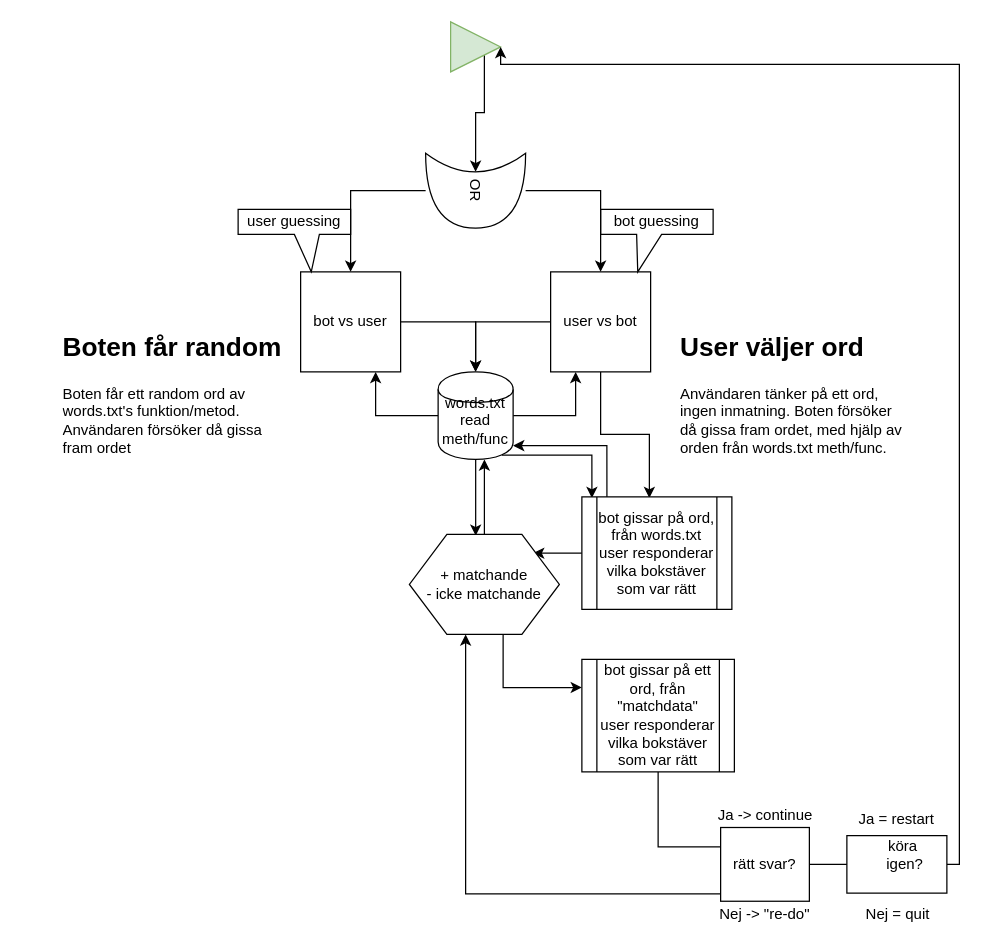
Above: Ordspelet.drawio in oscillate123/python-course-word-game (draw.io), before the change. Source tidied: cells renumbered, new cells numbered last; positions are measured from the earlier drawing's top-left corner, leaving out a move shared by most shapes. Both pictures are drawn from the tidied source at 125%, with x=0, y=0 at pixel (56, 21).
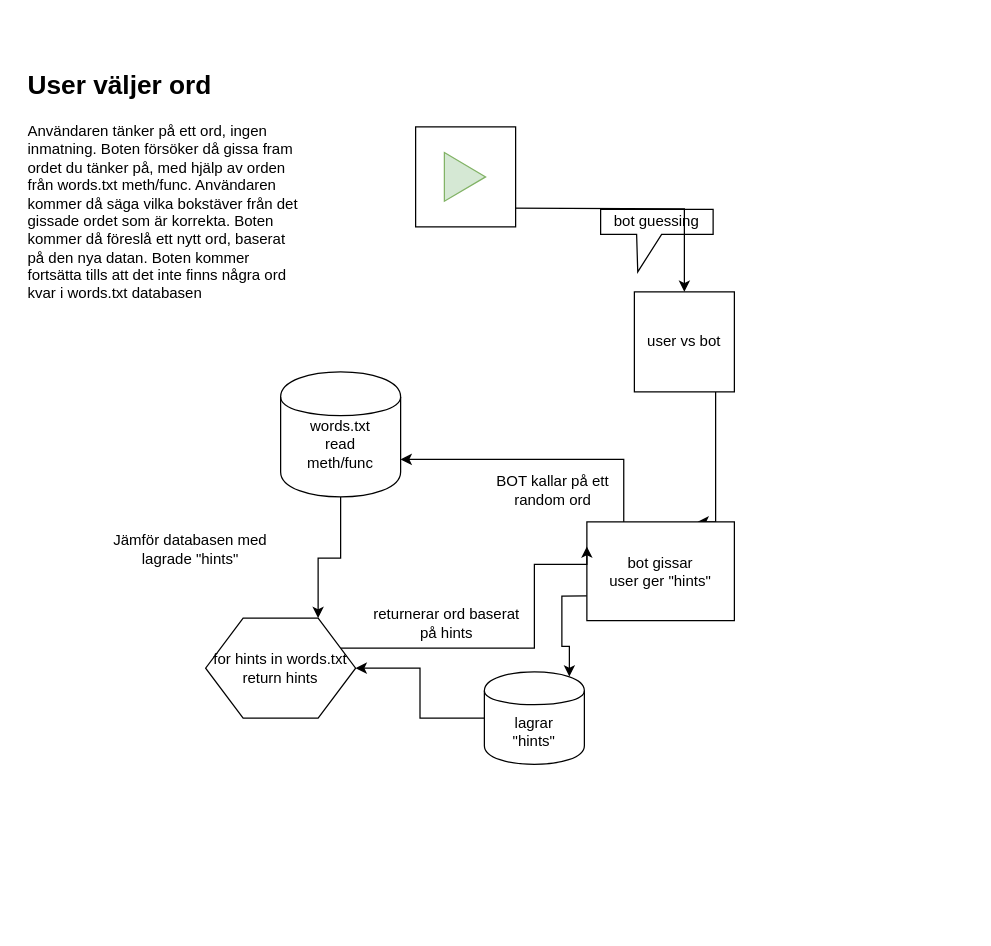
After the change.

What changed in the source:
```diff
@@
-    <mxCell id="2" style="edgeStyle=orthogonalEdgeStyle;rounded=0;jettySize=auto;html=1;exitX=0.167;exitY=0.011;exitDx=0;exitDy=0;entryX=1;entryY=0.843;entryDx=0;entryDy=0;entryPerimeter=0;exitPerimeter=0;" parent="1" edge="1" source="23" target="14">
-      <mxGeometry relative="1" as="geometry" />
-    </mxCell>
-    <mxCell id="3" style="edgeStyle=orthogonalEdgeStyle;rounded=0;jettySize=auto;html=1;entryX=0.25;entryY=0.5;entryDx=0;entryDy=0;entryPerimeter=0;exitX=0.675;exitY=0.5;exitDx=0;exitDy=0;exitPerimeter=0;" parent="1" edge="1" source="4" target="19">
-      <mxGeometry relative="1" as="geometry" />
-    </mxCell>
-    <mxCell id="4" style="triangle;whiteSpace=wrap;html=1;fillColor=#d5e8d4;strokeColor=#82b366;" parent="1" vertex="1">
-      <mxGeometry x="315" width="40" height="40" as="geometry" />
-    </mxCell>
-    <mxCell id="5" style="edgeStyle=orthogonalEdgeStyle;rounded=0;jettySize=auto;html=1;entryX=0.5;entryY=0;entryDx=0;entryDy=0;" parent="1" edge="1" source="6" target="14">
-      <mxGeometry relative="1" as="geometry" />
-    </mxCell>
-    <mxCell id="6" value="bot vs user" style="whiteSpace=wrap;html=1;" parent="1" vertex="1">
-      <mxGeometry x="195" y="200" width="80" height="80" as="geometry" />
-    </mxCell>
-    <mxCell id="7" style="edgeStyle=orthogonalEdgeStyle;rounded=0;jettySize=auto;html=1;entryX=0.5;entryY=0;entryDx=0;entryDy=0;" parent="1" edge="1" source="9" target="14">
-      <mxGeometry relative="1" as="geometry" />
-    </mxCell>
-    <mxCell id="8" style="edgeStyle=orthogonalEdgeStyle;rounded=0;jettySize=auto;html=1;entryX=0.45;entryY=0.011;entryDx=0;entryDy=0;entryPerimeter=0;" parent="1" edge="1" source="9" target="23">
-      <mxGeometry relative="1" as="geometry" />
+    <mxCell id="8" style="edgeStyle=orthogonalEdgeStyle;rounded=0;jettySize=auto;html=1;entryX=0.75;entryY=0;entryDx=0;entryDy=0;" parent="1" edge="1" source="9" target="23">
+      <mxGeometry relative="1" as="geometry">
+        <Array as="points">
+          <mxPoint x="527" y="380" />
+          <mxPoint x="527" y="380" />
+        </Array>
+      </mxGeometry>
     </mxCell>
     <mxCell id="9" value="user vs bot" style="whiteSpace=wrap;html=1;" parent="1" vertex="1">
-      <mxGeometry x="395" y="200" width="80" height="80" as="geometry" />
+      <mxGeometry x="462" y="216" width="80" height="80" as="geometry" />
     </mxCell>
-    <mxCell id="10" style="edgeStyle=orthogonalEdgeStyle;rounded=0;jettySize=auto;html=1;entryX=0.75;entryY=1;entryDx=0;entryDy=0;" parent="1" edge="1" source="14" target="6">
-      <mxGeometry relative="1" as="geometry" />
-    </mxCell>
-    <mxCell id="11" style="edgeStyle=orthogonalEdgeStyle;rounded=0;jettySize=auto;html=1;entryX=0.25;entryY=1;entryDx=0;entryDy=0;" parent="1" edge="1" source="14" target="9">
-      <mxGeometry relative="1" as="geometry" />
-    </mxCell>
-    <mxCell id="12" style="edgeStyle=orthogonalEdgeStyle;rounded=0;jettySize=auto;html=1;exitX=0.85;exitY=0.95;exitDx=0;exitDy=0;exitPerimeter=0;entryX=0.067;entryY=0.011;entryDx=0;entryDy=0;entryPerimeter=0;" parent="1" edge="1" source="14" target="23">
-      <mxGeometry relative="1" as="geometry" />
-    </mxCell>
-    <mxCell id="13" style="edgeStyle=orthogonalEdgeStyle;rounded=0;jettySize=auto;html=1;entryX=0.442;entryY=0.013;entryDx=0;entryDy=0;entryPerimeter=0;" parent="1" edge="1" source="14" target="26">
-      <mxGeometry relative="1" as="geometry" />
+    <mxCell id="13" style="edgeStyle=orthogonalEdgeStyle;rounded=0;jettySize=auto;html=1;exitX=0.5;exitY=1;exitDx=0;exitDy=0;entryX=0.75;entryY=0;entryDx=0;entryDy=0;entryPerimeter=0;" parent="1" edge="1" source="14" target="26">
+      <mxGeometry relative="1" as="geometry">
+        <Array as="points">
+          <mxPoint x="227" y="429" />
+          <mxPoint x="209" y="429" />
+        </Array>
+      </mxGeometry>
     </mxCell>
     <mxCell id="14" value="&lt;div&gt;words.txt&lt;br&gt;read&lt;/div&gt;&lt;div&gt;meth/func&lt;br&gt;&lt;/div&gt;&lt;div&gt;&lt;br&gt;&lt;/div&gt;" style="shape=cylinder;whiteSpace=wrap;html=1;boundedLbl=1;backgroundOutline=1;" parent="1" vertex="1">
-      <mxGeometry x="305" y="280" width="60" height="70" as="geometry" />
+      <mxGeometry x="179" y="280" width="96" height="100" as="geometry" />
     </mxCell>
-    <mxCell id="15" value="&lt;div&gt;user guessing&lt;/div&gt;" style="shape=callout;whiteSpace=wrap;html=1;perimeter=calloutPerimeter;position2=0.65;" parent="1" vertex="1">
-      <mxGeometry x="145" y="150" width="90" height="50" as="geometry" />
-    </mxCell>
@@
-    <mxCell id="17" style="edgeStyle=orthogonalEdgeStyle;rounded=0;jettySize=auto;html=1;entryX=0.5;entryY=0;entryDx=0;entryDy=0;" parent="1" edge="1" source="19" target="6">
-      <mxGeometry relative="1" as="geometry" />
-    </mxCell>
-    <mxCell id="18" style="edgeStyle=orthogonalEdgeStyle;rounded=0;jettySize=auto;html=1;" parent="1" edge="1" source="19" target="9">
-      <mxGeometry relative="1" as="geometry" />
+    <mxCell id="18" style="edgeStyle=orthogonalEdgeStyle;rounded=0;jettySize=auto;html=1;" parent="1" edge="1" target="9">
+      <mxGeometry relative="1" as="geometry">
+        <mxPoint x="362" y="149" as="sourcePoint" />
+      </mxGeometry>
     </mxCell>
-    <mxCell id="19" value="OR" style="shape=xor;whiteSpace=wrap;html=1;rotation=90;" parent="1" vertex="1">
-      <mxGeometry x="305" y="95" width="60" height="80" as="geometry" />
-    </mxCell>
-    <mxCell id="20" value="&lt;h1&gt;&lt;font style=&quot;font-size: 21px&quot;&gt;Boten får random&lt;/font&gt;&lt;br&gt;&lt;/h1&gt;&lt;p&gt;Boten får ett random ord av words.txt's funktion/metod. Användaren försöker då gissa fram ordet&lt;br&gt;&lt;/p&gt;" style="text;html=1;strokeColor=none;fillColor=none;spacing=5;spacingTop=-20;whiteSpace=wrap;overflow=hidden;rounded=0;" parent="1" vertex="1">
-      <mxGeometry y="240" width="190" height="120" as="geometry" />
-    </mxCell>
-    <mxCell id="21" value="&lt;h1&gt;&lt;font style=&quot;font-size: 21px&quot;&gt;User väljer ord&lt;/font&gt;&lt;br&gt;&lt;/h1&gt;&lt;p&gt;Användaren tänker på ett ord, ingen inmatning. Boten försöker då gissa fram ordet, med hjälp av orden från words.txt meth/func.&lt;br&gt;&lt;/p&gt;" style="text;html=1;strokeColor=none;fillColor=none;spacing=5;spacingTop=-20;whiteSpace=wrap;overflow=hidden;rounded=0;" parent="1" vertex="1">
-      <mxGeometry x="494" y="240" width="190" height="120" as="geometry" />
+    <mxCell id="21" value="&lt;h1&gt;&lt;font style=&quot;font-size: 21px&quot;&gt;User väljer ord&lt;/font&gt;&lt;br&gt;&lt;/h1&gt;&lt;p&gt;Användaren tänker på ett ord, ingen inmatning. Boten försöker då gissa fram ordet du tänker på, med hjälp av orden från words.txt meth/func. Användaren kommer då säga vilka bokstäver från det gissade ordet som är korrekta. Boten kommer då föreslå ett nytt ord, baserat på den nya datan. Boten kommer fortsätta tills att det inte finns några ord kvar i words.txt databasen&lt;br&gt;&lt;/p&gt;" style="text;html=1;strokeColor=none;fillColor=none;spacing=5;spacingTop=-20;whiteSpace=wrap;overflow=hidden;rounded=0;" parent="1" vertex="1">
+      <mxGeometry x="-28" y="30" width="230" height="220" as="geometry" />
     </mxCell>
-    <mxCell id="22" style="edgeStyle=orthogonalEdgeStyle;rounded=0;jettySize=auto;html=1;exitX=0;exitY=0.5;exitDx=0;exitDy=0;entryX=0.825;entryY=0.188;entryDx=0;entryDy=0;entryPerimeter=0;" parent="1" edge="1" source="23" target="26">
-      <mxGeometry relative="1" as="geometry" />
-    </mxCell>
+    <mxCell id="2" style="edgeStyle=orthogonalEdgeStyle;rounded=0;jettySize=auto;html=1;exitX=0.25;exitY=0;exitDx=0;exitDy=0;entryX=1;entryY=0.7;entryDx=0;entryDy=0;" parent="1" edge="1" source="23" target="14">
+      <mxGeometry relative="1" as="geometry" />
+    </mxCell>
+    <mxCell id="38" style="edgeStyle=orthogonalEdgeStyle;rounded=0;jettySize=auto;html=1;exitX=0;exitY=0.75;exitDx=0;exitDy=0;entryX=0.85;entryY=0.05;entryDx=0;entryDy=0;entryPerimeter=0;" parent="1" edge="1" source="23" target="43">
+      <mxGeometry relative="1" as="geometry" />
+    </mxCell>
-    <mxCell id="23" value="bot gissar på ord, från words.txt&lt;br&gt;user responderar vilka bokstäver som var rätt" style="shape=process;whiteSpace=wrap;html=1;backgroundOutline=1;" parent="1" vertex="1">
-      <mxGeometry x="420" y="380" width="120" height="90" as="geometry" />
+    <mxCell id="23" value="bot gissar&lt;br&gt;user ger &quot;hints&quot;" style="shape=rectangle;whiteSpace=wrap;html=1;backgroundOutline=1;" parent="1" vertex="1">
+      <mxGeometry x="424" y="400" width="118" height="79" as="geometry" />
     </mxCell>
-    <mxCell id="24" style="edgeStyle=orthogonalEdgeStyle;rounded=0;jettySize=auto;html=1;entryX=0.617;entryY=1;entryDx=0;entryDy=0;entryPerimeter=0;" parent="1" edge="1" source="26" target="14">
-      <mxGeometry relative="1" as="geometry" />
-    </mxCell>
-    <mxCell id="25" style="edgeStyle=orthogonalEdgeStyle;rounded=0;jettySize=auto;html=1;exitX=0.625;exitY=1;exitDx=0;exitDy=0;entryX=0;entryY=0.25;entryDx=0;entryDy=0;" parent="1" edge="1" source="26" target="28">
-      <mxGeometry relative="1" as="geometry" />
-    </mxCell>
+    <mxCell id="39" style="edgeStyle=orthogonalEdgeStyle;rounded=0;jettySize=auto;html=1;exitX=1;exitY=0.25;exitDx=0;exitDy=0;entryX=0;entryY=0.25;entryDx=0;entryDy=0;" parent="1" edge="1" source="26" target="23">
+      <mxGeometry relative="1" as="geometry">
+        <Array as="points">
+          <mxPoint x="382" y="501" />
+          <mxPoint x="382" y="434" />
+        </Array>
+      </mxGeometry>
+    </mxCell>
-    <mxCell id="26" value="+ matchande&lt;br&gt;- icke matchande" style="shape=hexagon;perimeter=hexagonPerimeter2;whiteSpace=wrap;html=1;" parent="1" vertex="1">
-      <mxGeometry x="282" y="410" width="120" height="80" as="geometry" />
+    <mxCell id="26" value="for hints in words.txt&lt;br&gt;&lt;div&gt;return hints&lt;/div&gt;" style="shape=hexagon;perimeter=hexagonPerimeter2;whiteSpace=wrap;html=1;" parent="1" vertex="1">
+      <mxGeometry x="119" y="477" width="120" height="80" as="geometry" />
     </mxCell>
-    <mxCell id="27" style="edgeStyle=orthogonalEdgeStyle;rounded=0;jettySize=auto;html=1;entryX=0.25;entryY=0.5;entryDx=0;entryDy=0;entryPerimeter=0;" parent="1" edge="1" source="28" target="31">
-      <mxGeometry relative="1" as="geometry">
-        <Array as="points">
-          <mxPoint x="481" y="660" />
-        </Array>
-      </mxGeometry>
-    </mxCell>
-    <mxCell id="28" value="bot gissar på ett ord, från &quot;matchdata&quot;&lt;br&gt;user responderar vilka bokstäver som var rätt" style="shape=process;whiteSpace=wrap;html=1;backgroundOutline=1;" parent="1" vertex="1">
-      <mxGeometry x="420" y="510" width="122" height="90" as="geometry" />
-    </mxCell>
-    <mxCell id="29" style="edgeStyle=orthogonalEdgeStyle;rounded=0;jettySize=auto;html=1;entryX=0.25;entryY=0.5;entryDx=0;entryDy=0;entryPerimeter=0;" parent="1" edge="1" source="31" target="33">
-      <mxGeometry relative="1" as="geometry" />
-    </mxCell>
-    <mxCell id="30" style="edgeStyle=orthogonalEdgeStyle;rounded=0;jettySize=auto;html=1;exitX=0.7;exitY=0.9;exitDx=0;exitDy=0;exitPerimeter=0;entryX=0.375;entryY=1;entryDx=0;entryDy=0;" parent="1" edge="1" source="31" target="26">
-      <mxGeometry relative="1" as="geometry" />
-    </mxCell>
-    <mxCell id="31" value="&lt;div&gt;rätt svar?&lt;/div&gt;" style="shape=rectangle;whiteSpace=wrap;html=1;rotation=0;" parent="1" vertex="1">
-      <mxGeometry x="531" y="644.5" width="71" height="59" as="geometry" />
-    </mxCell>
-    <mxCell id="32" style="edgeStyle=orthogonalEdgeStyle;rounded=0;jettySize=auto;html=1;entryX=1;entryY=0.5;entryDx=0;entryDy=0;exitX=1;exitY=0.5;exitDx=0;exitDy=0;exitPerimeter=0;" parent="1" edge="1" source="33" target="4">
-      <mxGeometry relative="1" as="geometry">
-        <Array as="points">
-          <mxPoint x="722" y="674" />
-          <mxPoint x="722" y="34" />
-        </Array>
-      </mxGeometry>
-    </mxCell>
-    <mxCell id="33" value="&lt;div&gt;&amp;nbsp;&amp;nbsp; köra&lt;/div&gt;&lt;div&gt; &amp;nbsp;&amp;nbsp;&amp;nbsp; igen?&lt;/div&gt;&lt;div&gt;&lt;br&gt;&lt;/div&gt;" style="shape=rectangle;whiteSpace=wrap;html=1;" parent="1" vertex="1">
-      <mxGeometry x="632" y="651" width="80" height="46" as="geometry" />
-    </mxCell>
-    <mxCell id="34" value="&lt;div&gt;Ja = restart&lt;/div&gt;" style="text;html=1;strokeColor=none;fillColor=none;align=center;verticalAlign=middle;whiteSpace=wrap;rounded=0;" parent="1" vertex="1">
-      <mxGeometry x="629" y="630.5" width="86" height="14" as="geometry" />
-    </mxCell>
-    <mxCell id="35" value="Nej = quit" style="text;html=1;strokeColor=none;fillColor=none;align=center;verticalAlign=middle;whiteSpace=wrap;rounded=0;" parent="1" vertex="1">
-      <mxGeometry x="634" y="706" width="78" height="15" as="geometry" />
-    </mxCell>
-    <mxCell id="36" value="Ja -&amp;gt; continue" style="text;html=1;strokeColor=none;fillColor=none;align=center;verticalAlign=middle;whiteSpace=wrap;rounded=0;" parent="1" vertex="1">
-      <mxGeometry x="525.5" y="624.5" width="82" height="20" as="geometry" />
-    </mxCell>
-    <mxCell id="37" value="&lt;div&gt;Nej -&amp;gt; &quot;re-do&quot;&lt;/div&gt;" style="text;html=1;strokeColor=none;fillColor=none;align=center;verticalAlign=middle;whiteSpace=wrap;rounded=0;" parent="1" vertex="1">
-      <mxGeometry x="523" y="706" width="87" height="16" as="geometry" />
-    </mxCell>
+    <mxCell id="40" style="whiteSpace=wrap;html=1;" parent="1" vertex="1">
+      <mxGeometry x="287" y="84" width="80" height="80" as="geometry" />
+    </mxCell>
+    <mxCell id="41" style="triangle;whiteSpace=wrap;html=1;fillColor=#d5e8d4;strokeColor=#82b366;" parent="1" vertex="1">
+      <mxGeometry x="310" y="104.5" width="33" height="39" as="geometry" />
+    </mxCell>
+    <mxCell id="42" style="edgeStyle=orthogonalEdgeStyle;rounded=0;jettySize=auto;html=1;" parent="1" edge="1" source="43" target="26">
+      <mxGeometry relative="1" as="geometry" />
+    </mxCell>
+    <mxCell id="43" value="lagrar&lt;br&gt;&quot;hints&quot;" style="shape=cylinder;whiteSpace=wrap;html=1;boundedLbl=1;backgroundOutline=1;" parent="1" vertex="1">
+      <mxGeometry x="342" y="520" width="80" height="74" as="geometry" />
+    </mxCell>
+    <mxCell id="44" value="BOT kallar på ett random ord" style="text;html=1;strokeColor=none;fillColor=none;align=center;verticalAlign=middle;whiteSpace=wrap;rounded=0;" parent="1" vertex="1">
+      <mxGeometry x="332" y="360" width="130" height="30" as="geometry" />
+    </mxCell>
+    <mxCell id="45" value="Jämför databasen med &lt;br&gt;lagrade &quot;hints&quot;" style="text;html=1;strokeColor=none;fillColor=none;align=center;verticalAlign=middle;whiteSpace=wrap;rounded=0;" parent="1" vertex="1">
+      <mxGeometry x="42" y="404" width="130" height="36" as="geometry" />
+    </mxCell>
+    <mxCell id="46" value="returnerar ord baserat på hints" style="text;html=1;strokeColor=none;fillColor=none;align=center;verticalAlign=middle;whiteSpace=wrap;rounded=0;" parent="1" vertex="1">
+      <mxGeometry x="252" y="469" width="120" height="24" as="geometry" />
+    </mxCell>
```
